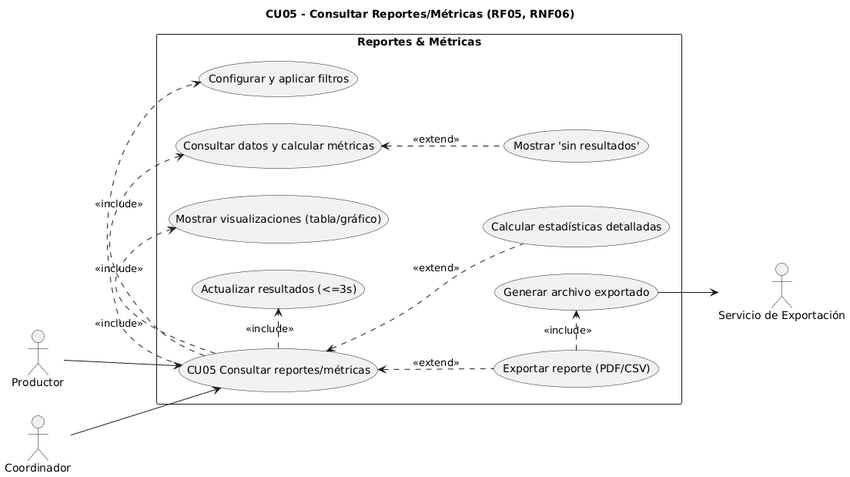
Above: diagramas/02-casos-de-uso/02-consultar-reportes-caso-uso-05.png in dantebiondi666-prog/SistemaProductoraVideos (PlantUML), before the change.
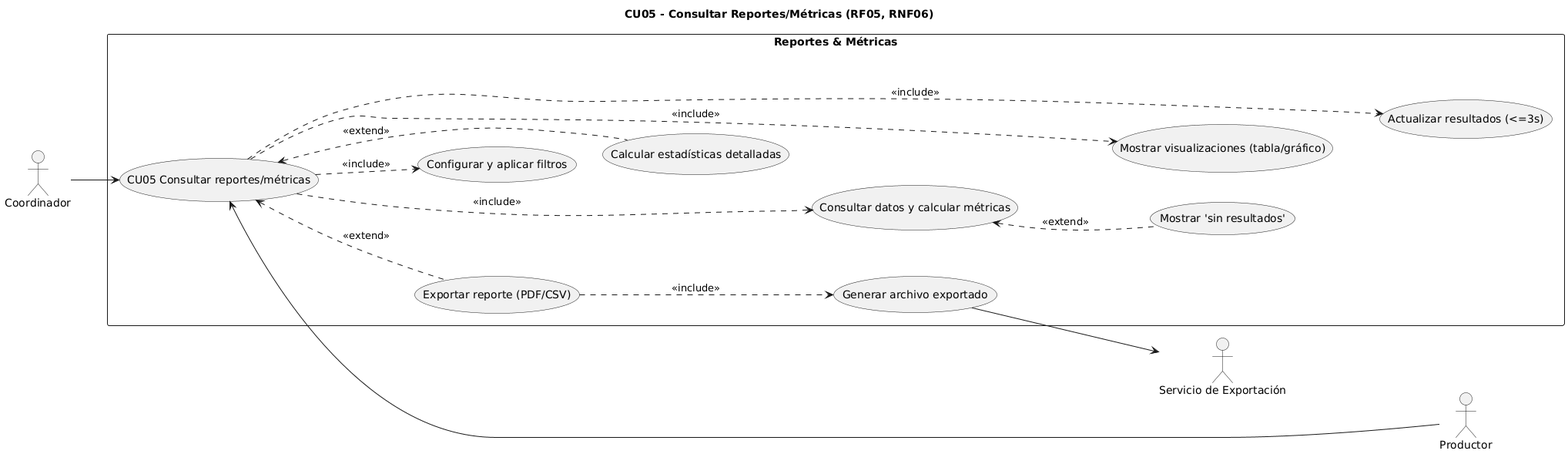
After the commit.

The edit, as a diff of the source:
```diff
@@ -16,19 +16,32 @@
   usecase "Calcular estadísticas detalladas" as UC_Detalle
   usecase "Exportar reporte (PDF/CSV)" as UC_Exportar
   usecase "Generar archivo exportado" as UC_Generar
+
+  CU05       -[hidden]-> UC_Filtros
+  UC_Filtros -[hidden]-> UC_Calcular
+  UC_Calcular-[hidden]-> UC_Mostrar
+  UC_Mostrar -[hidden]-> UC_Actualizar
+
+  UC_SinDatos -[hidden]-> UC_Calcular
+  UC_Detalle  -[hidden]-> UC_Mostrar
+
+  UC_Exportar -[hidden]-> UC_Generar
 }
-
 
 Productor  --> CU05
 Coordinador --> CU05
+
 CU05 .> UC_Filtros    : <<include>>
 CU05 .> UC_Calcular   : <<include>>
 CU05 .> UC_Mostrar    : <<include>>
 CU05 .> UC_Actualizar : <<include>>
+
 UC_Exportar .> UC_Generar : <<include>>
 UC_Generar --> Export
 
 UC_Calcular <.. UC_SinDatos : <<extend>>
 CU05 <.. UC_Detalle  : <<extend>>
 CU05 <.. UC_Exportar : <<extend>>
+
+Export -[hidden]-> Productor
 @enduml
```
